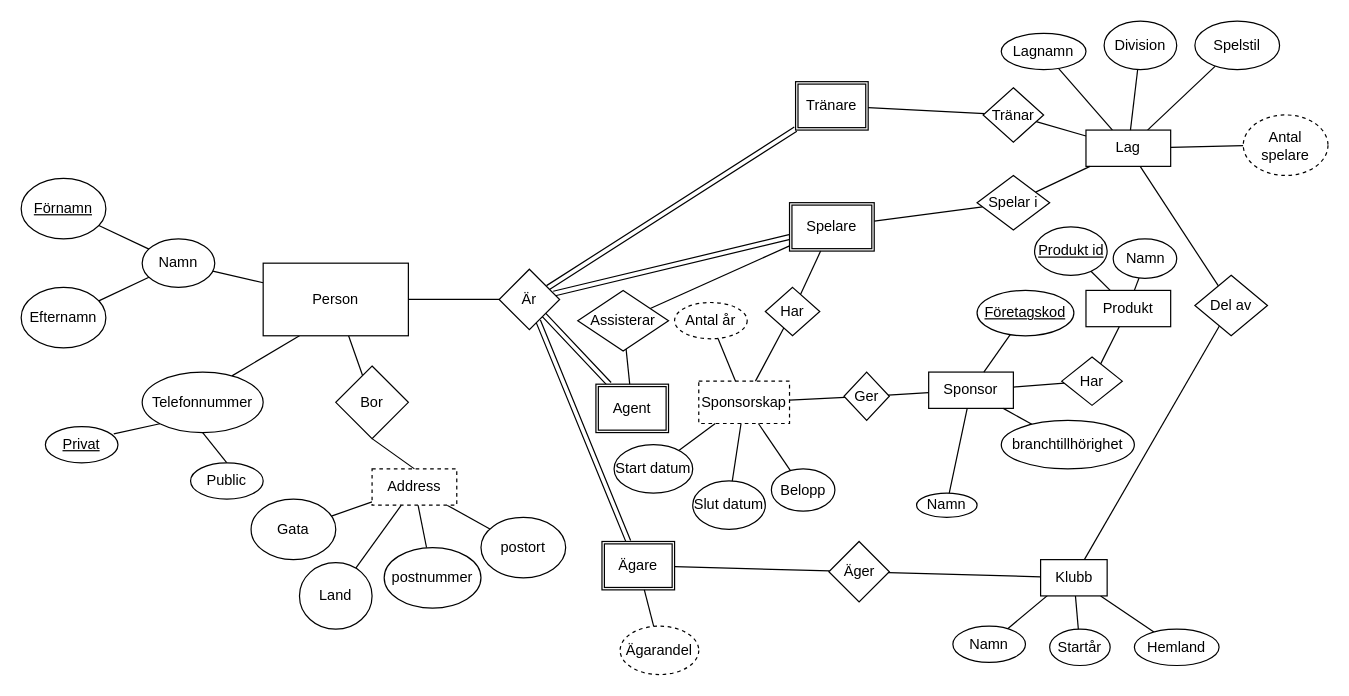
EliasEriksson/miun keeps this draw.io diagram as webbutveckling/Databaser/Moment1/fotbollslag.drawio. Above is the earlier version. Source tidied: cells renumbered, new cells numbered last; positions are measured from the earlier drawing's top-left corner, leaving out a move shared by most shapes. Both pictures are drawn from the tidied source at 121%, with x=0, y=0 at pixel (21, 21).
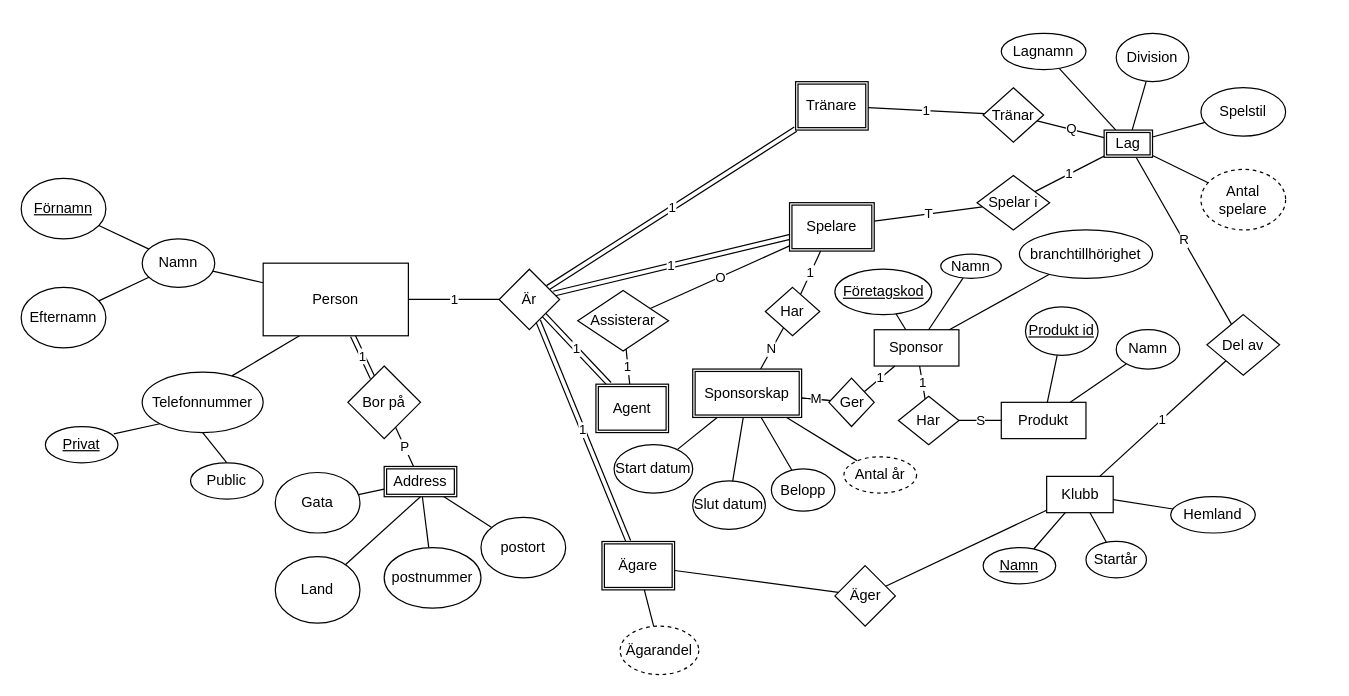
The same page after the edit.

Unchanged cells that the change refers to:
```xml
<mxCell id="6" value="Person" style="rounded=0;whiteSpace=wrap;html=1;" parent="1" vertex="1">
  <mxGeometry x="200" y="200" width="120" height="60" as="geometry" />
</mxCell>
<mxCell id="11" value="Är" style="rhombus;whiteSpace=wrap;html=1;strokeColor=#000000;" parent="1" vertex="1">
  <mxGeometry x="395" y="205" width="50" height="50" as="geometry" />
</mxCell>
<mxCell id="35" value="Ägare" style="shape=ext;double=1;rounded=0;whiteSpace=wrap;html=1;strokeColor=#000000;" parent="1" vertex="1">
  <mxGeometry x="480" y="430" width="60" height="40" as="geometry" />
</mxCell>
<mxCell id="36" value="Tränare" style="shape=ext;double=1;rounded=0;whiteSpace=wrap;html=1;strokeColor=#000000;" parent="1" vertex="1">
  <mxGeometry x="640" y="50" width="60" height="40" as="geometry" />
</mxCell>
<mxCell id="37" value="Agent" style="shape=ext;double=1;rounded=0;whiteSpace=wrap;html=1;strokeColor=#000000;" parent="1" vertex="1">
  <mxGeometry x="475" y="300" width="60" height="40" as="geometry" />
</mxCell>
<mxCell id="39" value="Spelare" style="shape=ext;double=1;rounded=0;whiteSpace=wrap;html=1;strokeColor=#000000;" parent="1" vertex="1">
  <mxGeometry x="635" y="150" width="70" height="40" as="geometry" />
</mxCell>
<mxCell id="61" value="Assisterar" style="rhombus;whiteSpace=wrap;html=1;strokeColor=#000000;" parent="1" vertex="1">
  <mxGeometry x="460" y="222.5" width="75" height="50" as="geometry" />
</mxCell>
<mxCell id="64" value="Tränar" style="rhombus;whiteSpace=wrap;html=1;strokeColor=#000000;" parent="1" vertex="1">
  <mxGeometry x="795" y="55" width="50" height="45" as="geometry" />
</mxCell>
<mxCell id="67" value="Spelar i" style="rhombus;whiteSpace=wrap;html=1;strokeColor=#000000;" parent="1" vertex="1">
  <mxGeometry x="790" y="127.5" width="60" height="45" as="geometry" />
</mxCell>
<mxCell id="92" value="Har" style="rhombus;whiteSpace=wrap;html=1;strokeColor=#000000;" parent="1" vertex="1">
  <mxGeometry x="615" y="220" width="45" height="40" as="geometry" />
</mxCell>
```

Change to the diagram source:
```diff
@@
-    <mxCell id="2" style="jettySize=auto;html=1;rounded=0;endArrow=none;endFill=0;" parent="1" edge="1" source="6" target="11">
+    <mxCell id="2" value="1" style="jettySize=auto;html=1;rounded=0;endArrow=none;endFill=0;" parent="1" edge="1" source="6" target="11">
       <mxGeometry relative="1" as="geometry" />
     </mxCell>
@@
-    <mxCell id="5" style="edgeStyle=none;rounded=0;jettySize=auto;html=1;endArrow=none;endFill=0;strokeColor=#000000;" parent="1" edge="1" source="6" target="32">
+    <mxCell id="5" value="1" style="edgeStyle=none;rounded=0;jettySize=auto;html=1;endArrow=none;endFill=0;strokeColor=#000000;shape=link;" parent="1" edge="1" source="6" target="32">
       <mxGeometry relative="1" as="geometry" />
     </mxCell>
@@
-    <mxCell id="7" style="edgeStyle=none;rounded=0;jettySize=auto;html=1;endArrow=none;endFill=0;strokeColor=#000000;shape=link;" parent="1" edge="1" source="11" target="35">
+    <mxCell id="7" value="1" style="edgeStyle=none;rounded=0;jettySize=auto;html=1;endArrow=none;endFill=0;strokeColor=#000000;shape=link;" parent="1" edge="1" source="11" target="35">
       <mxGeometry relative="1" as="geometry" />
     </mxCell>
-    <mxCell id="8" style="edgeStyle=none;rounded=0;jettySize=auto;html=1;endArrow=none;endFill=0;strokeColor=#000000;shape=link;" parent="1" edge="1" source="11" target="37">
+    <mxCell id="8" value="1" style="edgeStyle=none;rounded=0;jettySize=auto;html=1;endArrow=none;endFill=0;strokeColor=#000000;shape=link;" parent="1" edge="1" source="11" target="37">
       <mxGeometry relative="1" as="geometry" />
     </mxCell>
-    <mxCell id="9" style="edgeStyle=none;rounded=0;jettySize=auto;html=1;endArrow=none;endFill=0;strokeColor=#000000;shape=link;" parent="1" edge="1" source="11" target="39">
+    <mxCell id="9" value="1" style="edgeStyle=none;rounded=0;jettySize=auto;html=1;endArrow=none;endFill=0;strokeColor=#000000;shape=link;" parent="1" edge="1" source="11" target="39">
       <mxGeometry relative="1" as="geometry" />
     </mxCell>
-    <mxCell id="10" style="edgeStyle=none;rounded=0;jettySize=auto;html=1;endArrow=none;endFill=0;strokeColor=#000000;shape=link;" parent="1" edge="1" source="11" target="36">
+    <mxCell id="10" value="1" style="edgeStyle=none;rounded=0;jettySize=auto;html=1;endArrow=none;endFill=0;strokeColor=#000000;shape=link;" parent="1" edge="1" source="11" target="36">
       <mxGeometry relative="1" as="geometry" />
     </mxCell>
@@
-    <mxCell id="13" style="edgeStyle=none;rounded=0;jettySize=auto;html=1;endArrow=none;endFill=0;strokeColor=#000000;" parent="1" edge="1" source="16" target="27">
+    <mxCell id="13" style="edgeStyle=none;rounded=0;jettySize=auto;html=1;endArrow=none;endFill=0;strokeColor=#000000;exitX=0.5;exitY=1;exitDx=0;exitDy=0;" parent="1" edge="1" source="16" target="27">
       <mxGeometry relative="1" as="geometry" />
     </mxCell>
@@
-    <mxCell id="16" value="Address" style="rounded=0;whiteSpace=wrap;html=1;strokeColor=#000000;dashed=1;" parent="1" vertex="1">
-      <mxGeometry x="290" y="370" width="70" height="30" as="geometry" />
-    </mxCell>
@@
     <mxCell id="27" value="Land" style="ellipse;whiteSpace=wrap;html=1;strokeColor=#000000;" parent="1" vertex="1">
-      <mxGeometry x="230" y="447.5" width="60" height="55" as="geometry" />
+      <mxGeometry x="210" y="442.5" width="70" height="55" as="geometry" />
     </mxCell>
     <mxCell id="28" value="Gata" style="ellipse;whiteSpace=wrap;html=1;strokeColor=#000000;" parent="1" vertex="1">
-      <mxGeometry x="190" y="395" width="70" height="50" as="geometry" />
+      <mxGeometry x="210" y="373" width="70" height="50" as="geometry" />
     </mxCell>
@@
-    <mxCell id="31" style="edgeStyle=none;rounded=0;jettySize=auto;html=1;exitX=0.5;exitY=1;exitDx=0;exitDy=0;entryX=0.5;entryY=0;entryDx=0;entryDy=0;endArrow=none;endFill=0;strokeColor=#000000;" parent="1" edge="1" source="32" target="16">
+    <mxCell id="31" value="P" style="edgeStyle=none;rounded=0;jettySize=auto;html=1;endArrow=none;endFill=0;strokeColor=#000000;" parent="1" edge="1" source="32" target="16">
       <mxGeometry relative="1" as="geometry" />
     </mxCell>
-    <mxCell id="32" value="Bor" style="rhombus;whiteSpace=wrap;html=1;strokeColor=#000000;" parent="1" vertex="1">
-      <mxGeometry x="260" y="285" width="60" height="60" as="geometry" />
+    <mxCell id="32" value="Bor på" style="rhombus;whiteSpace=wrap;html=1;strokeColor=#000000;" parent="1" vertex="1">
+      <mxGeometry x="270" y="285" width="60" height="60" as="geometry" />
     </mxCell>
@@
-    <mxCell id="38" style="edgeStyle=none;rounded=0;jettySize=auto;html=1;endArrow=none;endFill=0;strokeColor=#000000;" parent="1" edge="1" source="39" target="61">
+    <mxCell id="38" value="O" style="edgeStyle=none;rounded=0;jettySize=auto;html=1;endArrow=none;endFill=0;strokeColor=#000000;" parent="1" edge="1" source="39" target="61">
       <mxGeometry relative="1" as="geometry" />
     </mxCell>
@@
-    <mxCell id="42" value="Lag" style="rounded=0;whiteSpace=wrap;html=1;strokeColor=#000000;" parent="1" vertex="1">
-      <mxGeometry x="880" y="90" width="70" height="30" as="geometry" />
-    </mxCell>
@@
     <mxCell id="47" value="Klubb" style="rounded=0;whiteSpace=wrap;html=1;strokeColor=#000000;" parent="1" vertex="1">
-      <mxGeometry x="842.5" y="445" width="55" height="30" as="geometry" />
+      <mxGeometry x="847.5" y="376.2" width="55" height="30" as="geometry" />
     </mxCell>
@@
     <mxCell id="49" value="Spelstil" style="ellipse;whiteSpace=wrap;html=1;strokeColor=#000000;" parent="1" vertex="1">
-      <mxGeometry x="970" width="70" height="40" as="geometry" />
+      <mxGeometry x="975" y="55" width="70" height="40" as="geometry" />
     </mxCell>
-    <mxCell id="50" value="Namn" style="ellipse;whiteSpace=wrap;html=1;strokeColor=#000000;" parent="1" vertex="1">
-      <mxGeometry x="770" y="500" width="60" height="30" as="geometry" />
+    <mxCell id="50" value="&lt;u&gt;Namn&lt;/u&gt;" style="ellipse;whiteSpace=wrap;html=1;strokeColor=#000000;" parent="1" vertex="1">
+      <mxGeometry x="795" y="435" width="60" height="30" as="geometry" />
     </mxCell>
     <mxCell id="51" value="Startår" style="ellipse;whiteSpace=wrap;html=1;strokeColor=#000000;" parent="1" vertex="1">
-      <mxGeometry x="850" y="502.5" width="50" height="30" as="geometry" />
+      <mxGeometry x="880" y="430" width="50" height="30" as="geometry" />
     </mxCell>
     <mxCell id="52" value="Hemland" style="ellipse;whiteSpace=wrap;html=1;strokeColor=#000000;" parent="1" vertex="1">
-      <mxGeometry x="920" y="502.5" width="70" height="30" as="geometry" />
+      <mxGeometry x="950" y="393" width="70" height="30" as="geometry" />
     </mxCell>
@@
     <mxCell id="54" value="Division" style="ellipse;whiteSpace=wrap;html=1;strokeColor=#000000;" parent="1" vertex="1">
-      <mxGeometry x="895" width="60" height="40" as="geometry" />
+      <mxGeometry x="905" y="10" width="60" height="40" as="geometry" />
     </mxCell>
@@
     <mxCell id="56" value="Antal spelare" style="ellipse;whiteSpace=wrap;html=1;strokeColor=#000000;dashed=1;" parent="1" vertex="1">
-      <mxGeometry x="1010" y="77.5" width="70" height="50" as="geometry" />
+      <mxGeometry x="975" y="122.5" width="70" height="50" as="geometry" />
     </mxCell>
     <mxCell id="57" value="Äger" style="rhombus;whiteSpace=wrap;html=1;strokeColor=#000000;" parent="1" vertex="1">
-      <mxGeometry x="667.5" y="430" width="50" height="50" as="geometry" />
+      <mxGeometry x="672.5" y="450" width="50" height="50" as="geometry" />
     </mxCell>
@@
-    <mxCell id="60" style="edgeStyle=none;rounded=0;jettySize=auto;html=1;endArrow=none;endFill=0;strokeColor=#000000;" parent="1" edge="1" source="61" target="37">
+    <mxCell id="60" value="1" style="edgeStyle=none;rounded=0;jettySize=auto;html=1;endArrow=none;endFill=0;strokeColor=#000000;" parent="1" edge="1" source="61" target="37">
       <mxGeometry relative="1" as="geometry" />
     </mxCell>
@@
-    <mxCell id="62" style="edgeStyle=none;rounded=0;jettySize=auto;html=1;endArrow=none;endFill=0;strokeColor=#000000;" parent="1" edge="1" source="64" target="42">
+    <mxCell id="62" value="Q" style="edgeStyle=none;rounded=0;jettySize=auto;html=1;endArrow=none;endFill=0;strokeColor=#000000;" parent="1" edge="1" source="64" target="42">
       <mxGeometry relative="1" as="geometry" />
     </mxCell>
-    <mxCell id="63" style="edgeStyle=none;rounded=0;jettySize=auto;html=1;endArrow=none;endFill=0;strokeColor=#000000;" parent="1" edge="1" source="64" target="36">
+    <mxCell id="63" value="1" style="edgeStyle=none;rounded=0;jettySize=auto;html=1;endArrow=none;endFill=0;strokeColor=#000000;" parent="1" edge="1" source="64" target="36">
       <mxGeometry relative="1" as="geometry" />
     </mxCell>
@@
-    <mxCell id="65" style="edgeStyle=none;rounded=0;jettySize=auto;html=1;endArrow=none;endFill=0;strokeColor=#000000;" parent="1" edge="1" source="67" target="39">
+    <mxCell id="65" value="T" style="edgeStyle=none;rounded=0;jettySize=auto;html=1;endArrow=none;endFill=0;strokeColor=#000000;" parent="1" edge="1" source="67" target="39">
       <mxGeometry relative="1" as="geometry" />
     </mxCell>
-    <mxCell id="66" style="edgeStyle=none;rounded=0;jettySize=auto;html=1;endArrow=none;endFill=0;strokeColor=#000000;" parent="1" edge="1" source="67" target="42">
+    <mxCell id="66" value="1" style="edgeStyle=none;rounded=0;jettySize=auto;html=1;endArrow=none;endFill=0;strokeColor=#000000;" parent="1" edge="1" source="67" target="42">
       <mxGeometry relative="1" as="geometry" />
     </mxCell>
@@
     <mxCell id="68" value="Sponsor" style="rounded=0;whiteSpace=wrap;html=1;strokeColor=#000000;" parent="1" vertex="1">
-      <mxGeometry x="750" y="290" width="70" height="30" as="geometry" />
+      <mxGeometry x="705" y="255" width="70" height="30" as="geometry" />
     </mxCell>
@@
     <mxCell id="70" value="&lt;u&gt;Företagskod&lt;/u&gt;" style="ellipse;whiteSpace=wrap;html=1;strokeColor=#000000;" parent="1" vertex="1">
-      <mxGeometry x="790" y="222.5" width="80" height="37.5" as="geometry" />
+      <mxGeometry x="672.5" y="205" width="80" height="37.5" as="geometry" />
     </mxCell>
     <mxCell id="71" value="Produkt" style="rounded=0;whiteSpace=wrap;html=1;strokeColor=#000000;" parent="1" vertex="1">
-      <mxGeometry x="880" y="222.5" width="70" height="30" as="geometry" />
+      <mxGeometry x="810" y="315" width="70" height="30" as="geometry" />
     </mxCell>
@@
     <mxCell id="73" value="branchtillhörighet" style="ellipse;whiteSpace=wrap;html=1;strokeColor=#000000;" parent="1" vertex="1">
-      <mxGeometry x="810" y="330" width="110" height="40" as="geometry" />
+      <mxGeometry x="825" y="172.5" width="110" height="40" as="geometry" />
     </mxCell>
@@
     <mxCell id="75" value="Namn" style="ellipse;whiteSpace=wrap;html=1;strokeColor=#000000;" parent="1" vertex="1">
-      <mxGeometry x="740" y="390" width="50" height="20" as="geometry" />
+      <mxGeometry x="760" y="192.5" width="50" height="20" as="geometry" />
     </mxCell>
-    <mxCell id="76" style="edgeStyle=none;rounded=0;jettySize=auto;html=1;endArrow=none;endFill=0;strokeColor=#000000;" parent="1" edge="1" source="78" target="68">
+    <mxCell id="76" value="1" style="edgeStyle=none;rounded=0;jettySize=auto;html=1;endArrow=none;endFill=0;strokeColor=#000000;" parent="1" edge="1" source="78" target="68">
       <mxGeometry relative="1" as="geometry" />
     </mxCell>
-    <mxCell id="77" style="edgeStyle=none;rounded=0;jettySize=auto;html=1;endArrow=none;endFill=0;strokeColor=#000000;" parent="1" edge="1" source="78" target="71">
+    <mxCell id="77" value="S" style="edgeStyle=none;rounded=0;jettySize=auto;html=1;endArrow=none;endFill=0;strokeColor=#000000;" parent="1" edge="1" source="78" target="71">
       <mxGeometry relative="1" as="geometry" />
     </mxCell>
     <mxCell id="78" value="Har" style="rhombus;whiteSpace=wrap;html=1;strokeColor=#000000;" parent="1" vertex="1">
-      <mxGeometry x="860" y="277.5" width="50" height="40" as="geometry" />
+      <mxGeometry x="725" y="310" width="50" height="40" as="geometry" />
     </mxCell>
@@
-    <mxCell id="80" value="Sponsorskap" style="rounded=0;whiteSpace=wrap;html=1;strokeColor=#000000;dashed=1;" parent="1" vertex="1">
-      <mxGeometry x="560" y="297.5" width="75" height="35" as="geometry" />
-    </mxCell>
@@
     <mxCell id="86" value="Antal år" style="ellipse;whiteSpace=wrap;html=1;strokeColor=#000000;dashed=1;" parent="1" vertex="1">
-      <mxGeometry x="540" y="232.5" width="60" height="30" as="geometry" />
+      <mxGeometry x="680" y="360" width="60" height="30" as="geometry" />
     </mxCell>
-    <mxCell id="87" style="edgeStyle=none;rounded=0;jettySize=auto;html=1;endArrow=none;endFill=0;strokeColor=#000000;" parent="1" edge="1" source="89" target="42">
+    <mxCell id="87" value="R" style="edgeStyle=none;rounded=0;jettySize=auto;html=1;endArrow=none;endFill=0;strokeColor=#000000;" parent="1" edge="1" source="89" target="42">
       <mxGeometry relative="1" as="geometry" />
     </mxCell>
-    <mxCell id="88" style="edgeStyle=none;rounded=0;jettySize=auto;html=1;endArrow=none;endFill=0;strokeColor=#000000;" parent="1" edge="1" source="89" target="47">
+    <mxCell id="88" value="1" style="edgeStyle=none;rounded=0;jettySize=auto;html=1;endArrow=none;endFill=0;strokeColor=#000000;" parent="1" edge="1" source="89" target="47">
       <mxGeometry relative="1" as="geometry" />
     </mxCell>
     <mxCell id="89" value="Del av" style="rhombus;whiteSpace=wrap;html=1;strokeColor=#000000;" parent="1" vertex="1">
-      <mxGeometry x="970" y="210" width="60" height="50" as="geometry" />
+      <mxGeometry x="980" y="242.5" width="60" height="50" as="geometry" />
     </mxCell>
-    <mxCell id="90" style="edgeStyle=none;rounded=0;jettySize=auto;html=1;endArrow=none;endFill=0;strokeColor=#000000;" parent="1" edge="1" source="92" target="39">
+    <mxCell id="90" value="1" style="edgeStyle=none;rounded=0;jettySize=auto;html=1;endArrow=none;endFill=0;strokeColor=#000000;" parent="1" edge="1" source="92" target="39">
       <mxGeometry relative="1" as="geometry" />
     </mxCell>
-    <mxCell id="91" style="edgeStyle=none;rounded=0;jettySize=auto;html=1;endArrow=none;endFill=0;strokeColor=#000000;" parent="1" edge="1" source="92" target="80">
+    <mxCell id="91" value="N" style="edgeStyle=none;rounded=0;jettySize=auto;html=1;endArrow=none;endFill=0;strokeColor=#000000;" parent="1" edge="1" source="92" target="80">
       <mxGeometry relative="1" as="geometry" />
     </mxCell>
@@
-    <mxCell id="93" style="edgeStyle=none;rounded=0;jettySize=auto;html=1;endArrow=none;endFill=0;strokeColor=#000000;" parent="1" edge="1" source="94" target="68">
+    <mxCell id="93" value="1" style="edgeStyle=none;rounded=0;jettySize=auto;html=1;endArrow=none;endFill=0;strokeColor=#000000;" parent="1" edge="1" source="94" target="68">
       <mxGeometry relative="1" as="geometry" />
     </mxCell>
+    <mxCell id="101" value="M" style="edgeStyle=none;rounded=0;jettySize=auto;html=1;endArrow=none;endFill=0;strokeColor=#000000;" parent="1" edge="1" source="94" target="80">
+      <mxGeometry relative="1" as="geometry" />
+    </mxCell>
     <mxCell id="94" value="Ger" style="rhombus;whiteSpace=wrap;html=1;strokeColor=#000000;" parent="1" vertex="1">
-      <mxGeometry x="680" y="290" width="37.5" height="40" as="geometry" />
+      <mxGeometry x="667.5" y="295" width="37.5" height="40" as="geometry" />
     </mxCell>
@@
     <mxCell id="96" value="&lt;u&gt;Produkt id&lt;/u&gt;" style="ellipse;whiteSpace=wrap;html=1;strokeColor=#000000;" parent="1" vertex="1">
-      <mxGeometry x="837.5" y="170" width="60" height="40" as="geometry" />
+      <mxGeometry x="830" y="236.2" width="60" height="40" as="geometry" />
     </mxCell>
@@
     <mxCell id="98" value="Namn" style="ellipse;whiteSpace=wrap;html=1;strokeColor=#000000;" parent="1" vertex="1">
-      <mxGeometry x="902.5" y="180" width="52.5" height="32.5" as="geometry" />
+      <mxGeometry x="905" y="255" width="52.5" height="32.5" as="geometry" />
     </mxCell>
@@
+    <mxCell id="80" value="Sponsorskap" style="shape=ext;double=1;rounded=0;whiteSpace=wrap;html=1;strokeColor=#000000;" parent="1" vertex="1">
+      <mxGeometry x="555" y="287.5" width="90" height="40" as="geometry" />
+    </mxCell>
+    <mxCell id="16" value="Address" style="shape=ext;double=1;rounded=0;whiteSpace=wrap;html=1;strokeColor=#000000;" parent="1" vertex="1">
+      <mxGeometry x="300" y="368" width="60" height="25" as="geometry" />
+    </mxCell>
+    <mxCell id="42" value="Lag" style="shape=ext;double=1;rounded=0;whiteSpace=wrap;html=1;strokeColor=#000000;" parent="1" vertex="1">
+      <mxGeometry x="895" y="90" width="40" height="22.5" as="geometry" />
+    </mxCell>
```
